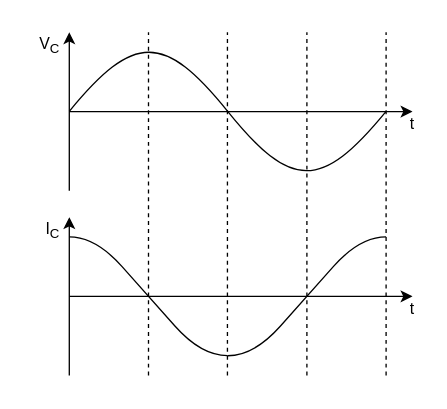
Above: 1A5/Cours/Des_9-6a.drawio in JoseForest-CLJ/Draw.io-files (draw.io), before the change. Source tidied: cells renumbered, new cells numbered last; positions are measured from the earlier drawing's top-left corner, leaving out a move shared by most shapes. Both pictures are drawn from the tidied source at 132%, with x=0, y=0 at pixel (22, 32).
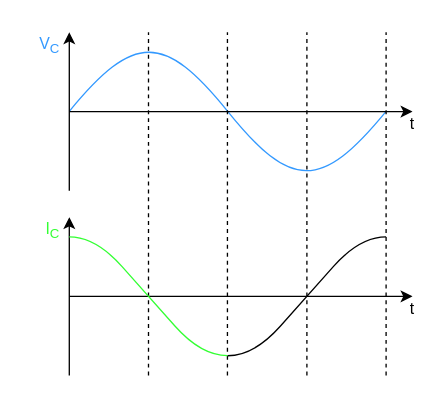
The same diagram, later.

Diff of the diagram source:
```diff
@@
-    <mxCell id="2" value="&lt;div align=&quot;right&quot;&gt;V&lt;sub&gt;C&lt;/sub&gt;&lt;/div&gt;" style="text;html=1;whiteSpace=wrap;strokeColor=none;fillColor=none;align=right;verticalAlign=middle;rounded=0;fontColor=light-dark(#000000,#3399FF);convertToSvg=1;" parent="1" vertex="1">
+    <mxCell id="2" value="&lt;div align=&quot;right&quot;&gt;V&lt;sub&gt;C&lt;/sub&gt;&lt;/div&gt;" style="text;html=1;whiteSpace=wrap;strokeColor=none;fillColor=none;align=right;verticalAlign=middle;rounded=0;fontColor=light-dark(#3399FF,#3399FF);convertToSvg=1;" parent="1" vertex="1">
       <mxGeometry width="30" height="20" as="geometry" />
     </mxCell>
-    <mxCell id="3" value="&lt;div align=&quot;right&quot;&gt;I&lt;sub&gt;C&lt;/sub&gt;&lt;/div&gt;" style="text;html=1;whiteSpace=wrap;strokeColor=none;fillColor=none;align=right;verticalAlign=middle;rounded=0;fontColor=light-dark(#000000,#33FF33);convertToSvg=1;" parent="1" vertex="1">
+    <mxCell id="3" value="&lt;div align=&quot;right&quot;&gt;I&lt;sub&gt;C&lt;/sub&gt;&lt;/div&gt;" style="text;html=1;whiteSpace=wrap;strokeColor=none;fillColor=none;align=right;verticalAlign=middle;rounded=0;fontColor=light-dark(#33FF33,#33FF33);convertToSvg=1;" parent="1" vertex="1">
       <mxGeometry y="140" width="30" height="20" as="geometry" />
     </mxCell>
-    <mxCell id="4" style="verticalLabelPosition=bottom;shadow=0;dashed=0;align=center;html=1;verticalAlign=top;shape=mxgraph.electrical.waveforms.sine_wave;strokeColor=light-dark(#000000,#3399FF);" parent="1" vertex="1">
+    <mxCell id="4" style="verticalLabelPosition=bottom;shadow=0;dashed=0;align=center;html=1;verticalAlign=top;shape=mxgraph.electrical.waveforms.sine_wave;strokeColor=light-dark(#3399FF,#3399FF);" parent="1" vertex="1">
       <mxGeometry x="35" width="240" height="120" as="geometry" />
     </mxCell>
@@
-    <mxCell id="15" style="curved=1;endArrow=none;html=1;rounded=0;exitX=0.25;exitY=0.125;exitDx=0;exitDy=0;exitPerimeter=0;entryX=0.75;entryY=0.874;entryDx=0;entryDy=0;entryPerimeter=0;endFill=0;strokeColor=light-dark(#000000,#33FF33);" parent="1" edge="1">
+    <mxCell id="15" style="curved=1;endArrow=none;html=1;rounded=0;exitX=0.25;exitY=0.125;exitDx=0;exitDy=0;exitPerimeter=0;entryX=0.75;entryY=0.874;entryDx=0;entryDy=0;entryPerimeter=0;endFill=0;strokeColor=light-dark(#33FF33,#33FF33);" parent="1" edge="1">
       <mxGeometry relative="1" as="geometry">
         <mxPoint x="35" y="155" as="sourcePoint" />
         <mxPoint x="155" y="244.9" as="targetPoint" />
         <Array as="points">
           <mxPoint x="55" y="155" />
           <mxPoint x="95" y="200" />
           <mxPoint x="135" y="245" />
         </Array>
       </mxGeometry>
     </mxCell>
```
